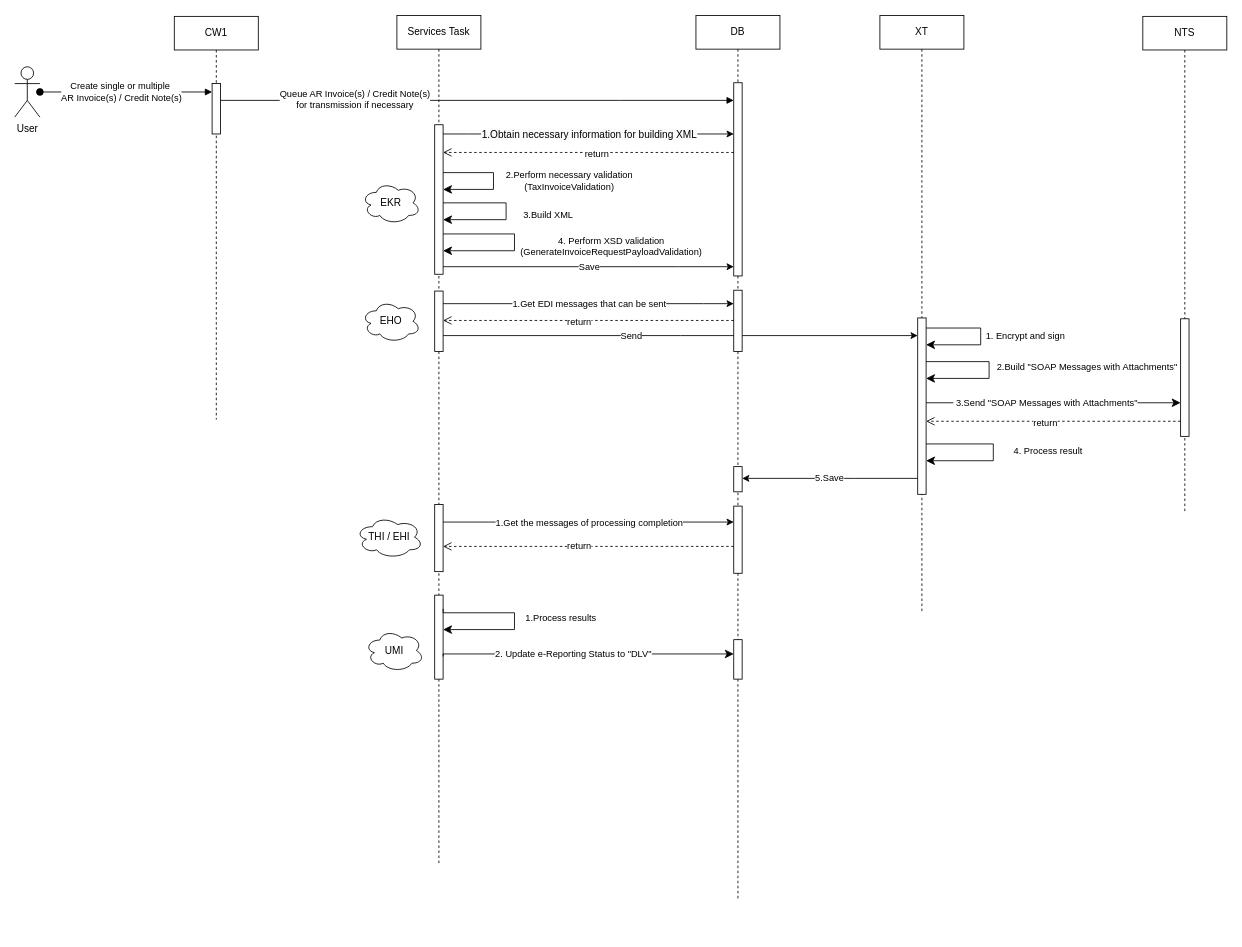
The draw.io diagram 未命名绘图.drawio in JingwenLi/MyTestProjects, before the edit. Source tidied: cells renumbered, new cells numbered last; positions are measured from the earlier drawing's top-left corner, leaving out a move shared by most shapes. Both pictures are drawn from the tidied source at 84%, with x=0, y=0 at pixel (14, 15).
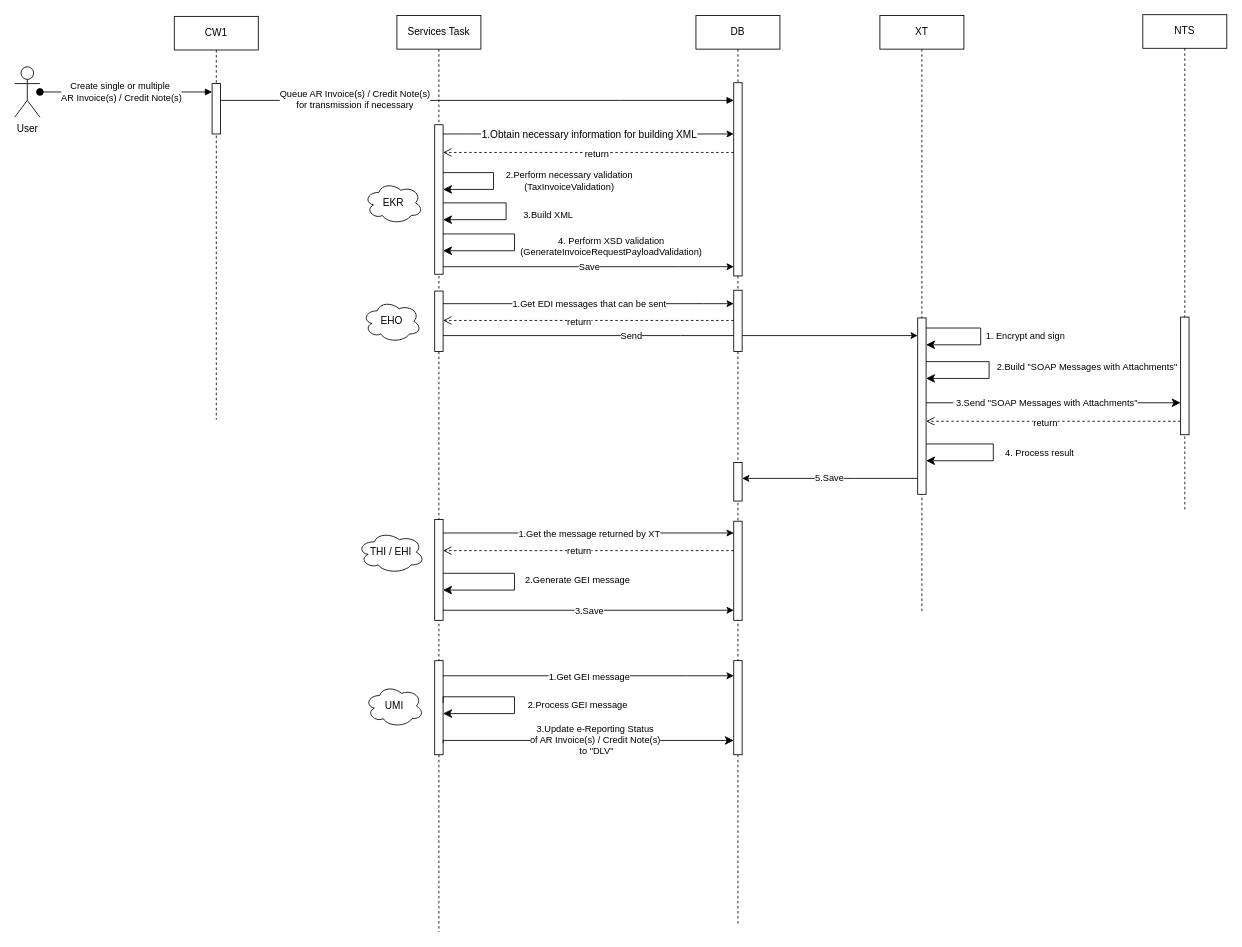
Above is the later version.

Commit message:
更新未命名绘图.drawio

Unchanged cells that the change refers to:
```xml
<mxCell id="24" value="XT" style="shape=umlLifeline;perimeter=lifelinePerimeter;whiteSpace=wrap;html=1;newEdgeStyle={&quot;edgeStyle&quot;:&quot;elbowEdgeStyle&quot;,&quot;elbow&quot;:&quot;vertical&quot;,&quot;curved&quot;:0,&quot;rounded&quot;:0};" parent="1" vertex="1">
  <mxGeometry x="1030" width="100" height="710" as="geometry" />
</mxCell>
<mxCell id="25" style="html=1;points=[];perimeter=orthogonalPerimeter;outlineConnect=0;targetShapes=umlLifeline;portConstraint=eastwest;newEdgeStyle={&quot;edgeStyle&quot;:&quot;elbowEdgeStyle&quot;,&quot;elbow&quot;:&quot;vertical&quot;,&quot;curved&quot;:0,&quot;rounded&quot;:0};" parent="24" vertex="1">
  <mxGeometry x="45" y="360" width="10" height="210" as="geometry" />
</mxCell>
```

The edit, as a diff of the source:
```diff
@@
     <mxCell id="4" value="Services Task" style="shape=umlLifeline;perimeter=lifelinePerimeter;whiteSpace=wrap;html=1;outlineConnect=0;portConstraint=eastwest;newEdgeStyle={&quot;edgeStyle&quot;:&quot;elbowEdgeStyle&quot;,&quot;elbow&quot;:&quot;vertical&quot;,&quot;curved&quot;:0,&quot;rounded&quot;:0};" parent="1" vertex="1">
-      <mxGeometry x="455" width="100" height="1011" as="geometry" />
+      <mxGeometry x="455" width="100" height="1091" as="geometry" />
     </mxCell>
@@
     <mxCell id="7" style="html=1;points=[];perimeter=orthogonalPerimeter;outlineConnect=0;targetShapes=umlLifeline;portConstraint=eastwest;newEdgeStyle={&quot;edgeStyle&quot;:&quot;elbowEdgeStyle&quot;,&quot;elbow&quot;:&quot;vertical&quot;,&quot;curved&quot;:0,&quot;rounded&quot;:0};" parent="4" vertex="1">
-      <mxGeometry x="45" y="582" width="10" height="80" as="geometry" />
+      <mxGeometry x="45" y="600" width="10" height="120" as="geometry" />
     </mxCell>
     <mxCell id="8" style="html=1;points=[];perimeter=orthogonalPerimeter;outlineConnect=0;targetShapes=umlLifeline;portConstraint=eastwest;newEdgeStyle={&quot;edgeStyle&quot;:&quot;elbowEdgeStyle&quot;,&quot;elbow&quot;:&quot;vertical&quot;,&quot;curved&quot;:0,&quot;rounded&quot;:0};" parent="4" vertex="1">
-      <mxGeometry x="45" y="690" width="10" height="100" as="geometry" />
+      <mxGeometry x="45" y="768" width="10" height="112" as="geometry" />
     </mxCell>
@@
-    <mxCell id="13" value="1.Process results" style="edgeStyle=segmentEdgeStyle;endArrow=classic;html=1;curved=0;rounded=0;endSize=8;startSize=8;exitX=1;exitY=0.163;exitDx=0;exitDy=0;exitPerimeter=0;" parent="4" edge="1" source="8" target="8">
-      <mxGeometry y="55" relative="1" as="geometry">
+    <mxCell id="13" value="2.Process GEI message" style="edgeStyle=segmentEdgeStyle;endArrow=classic;html=1;curved=0;rounded=0;endSize=8;startSize=8;exitX=1;exitY=0.163;exitDx=0;exitDy=0;exitPerimeter=0;" parent="4" edge="1">
+      <mxGeometry x="0.04" y="75" relative="1" as="geometry">
+        <mxPoint x="55" y="818.3" as="sourcePoint" />
+        <mxPoint x="55" y="831" as="targetPoint" />
         <Array as="points">
-          <mxPoint x="140" y="711" />
-          <mxPoint x="140" y="731" />
+          <mxPoint x="140" y="811" />
+          <mxPoint x="140" y="831" />
         </Array>
         <mxPoint y="-1" as="offset" />
       </mxGeometry>
     </mxCell>
+    <mxCell id="59" value="2.Generate GEI message" style="edgeStyle=segmentEdgeStyle;endArrow=classic;html=1;curved=0;rounded=0;endSize=8;startSize=8;" parent="4" edge="1" source="7" target="7">
+      <mxGeometry x="-0.03" y="75" relative="1" as="geometry">
+        <Array as="points">
+          <mxPoint x="140" y="664" />
+          <mxPoint x="140" y="684" />
+        </Array>
+        <mxPoint y="1" as="offset" />
+      </mxGeometry>
+    </mxCell>
@@
     <mxCell id="17" value="DB" style="shape=umlLifeline;perimeter=lifelinePerimeter;whiteSpace=wrap;html=1;outlineConnect=0;portConstraint=eastwest;newEdgeStyle={&quot;edgeStyle&quot;:&quot;elbowEdgeStyle&quot;,&quot;elbow&quot;:&quot;vertical&quot;,&quot;curved&quot;:0,&quot;rounded&quot;:0};" parent="1" vertex="1">
-      <mxGeometry x="811" width="100" height="1051" as="geometry" />
+      <mxGeometry x="811" width="100" height="1081" as="geometry" />
     </mxCell>
@@
     <mxCell id="20" style="html=1;perimeter=orthogonalPerimeter;targetShapes=umlLifeline;newEdgeStyle={&quot;edgeStyle&quot;:&quot;elbowEdgeStyle&quot;,&quot;elbow&quot;:&quot;vertical&quot;,&quot;curved&quot;:0,&quot;rounded&quot;:0};" parent="17" vertex="1">
-      <mxGeometry x="45" y="584" width="10" height="80" as="geometry" />
+      <mxGeometry x="45" y="602" width="10" height="118" as="geometry" />
     </mxCell>
     <mxCell id="21" style="html=1;perimeter=orthogonalPerimeter;targetShapes=umlLifeline;newEdgeStyle={&quot;edgeStyle&quot;:&quot;elbowEdgeStyle&quot;,&quot;elbow&quot;:&quot;vertical&quot;,&quot;curved&quot;:0,&quot;rounded&quot;:0};" parent="17" vertex="1">
-      <mxGeometry x="45" y="743" width="10" height="47" as="geometry" />
+      <mxGeometry x="45" y="768" width="10" height="112" as="geometry" />
     </mxCell>
     <mxCell id="22" value="NTS" style="shape=umlLifeline;perimeter=lifelinePerimeter;whiteSpace=wrap;html=1;newEdgeStyle={&quot;edgeStyle&quot;:&quot;elbowEdgeStyle&quot;,&quot;elbow&quot;:&quot;vertical&quot;,&quot;curved&quot;:0,&quot;rounded&quot;:0};" parent="1" vertex="1">
-      <mxGeometry x="1343" y="1" width="100" height="590" as="geometry" />
+      <mxGeometry x="1343" y="-1" width="100" height="590" as="geometry" />
     </mxCell>
@@
     <mxCell id="28" value="4. Process result" style="edgeStyle=segmentEdgeStyle;endArrow=classic;html=1;curved=0;rounded=0;endSize=8;startSize=8;" parent="24" edge="1" source="25" target="25">
-      <mxGeometry y="65" relative="1" as="geometry">
+      <mxGeometry x="0.01" y="55" relative="1" as="geometry">
         <Array as="points">
           <mxPoint x="135" y="510" />
           <mxPoint x="135" y="530" />
         </Array>
-        <mxPoint y="-1" as="offset" />
       </mxGeometry>
     </mxCell>
@@
     <mxCell id="33" value="EKR" style="ellipse;shape=cloud;whiteSpace=wrap;html=1;" parent="1" vertex="1">
-      <mxGeometry x="413" y="198" width="70" height="50" as="geometry" />
+      <mxGeometry x="416" y="198" width="70" height="50" as="geometry" />
     </mxCell>
     <mxCell id="34" value="EHO" style="ellipse;shape=cloud;whiteSpace=wrap;html=1;" parent="1" vertex="1">
-      <mxGeometry x="413" y="339" width="70" height="50" as="geometry" />
+      <mxGeometry x="414" y="339" width="70" height="50" as="geometry" />
     </mxCell>
     <mxCell id="35" value="THI / EHI" style="ellipse;shape=cloud;whiteSpace=wrap;html=1;" parent="1" vertex="1">
-      <mxGeometry x="406" y="596" width="80" height="50" as="geometry" />
+      <mxGeometry x="408" y="614" width="80" height="50" as="geometry" />
     </mxCell>
     <mxCell id="36" value="UMI" style="ellipse;shape=cloud;whiteSpace=wrap;html=1;" parent="1" vertex="1">
-      <mxGeometry x="417" y="731" width="70" height="50" as="geometry" />
+      <mxGeometry x="417" y="797" width="70" height="50" as="geometry" />
     </mxCell>
@@
     <mxCell id="47" style="edgeStyle=elbowEdgeStyle;rounded=0;orthogonalLoop=1;jettySize=auto;html=1;elbow=vertical;curved=0;" parent="1" edge="1">
       <mxGeometry x="0.12" y="10" relative="1" as="geometry">
-        <mxPoint x="510" y="603" as="sourcePoint" />
-        <mxPoint x="856" y="603" as="targetPoint" />
+        <mxPoint x="510" y="616" as="sourcePoint" />
+        <mxPoint x="856" y="616" as="targetPoint" />
         <Array as="points">
-          <mxPoint x="690" y="603" />
+          <mxPoint x="690" y="616" />
         </Array>
       </mxGeometry>
     </mxCell>
-    <mxCell id="48" value="1.Get the messages of processing completion" style="edgeLabel;html=1;align=center;verticalAlign=middle;" parent="47" vertex="1">
+    <mxCell id="48" value="1.Get the message returned by XT" style="edgeLabel;html=1;align=center;verticalAlign=middle;" parent="47" vertex="1">
       <mxGeometry x="-0.04" y="1" relative="1" as="geometry">
         <mxPoint x="7" y="1" as="offset" />
       </mxGeometry>
     </mxCell>
@@
     <mxCell id="54" style="html=1;points=[];perimeter=orthogonalPerimeter;outlineConnect=0;targetShapes=umlLifeline;portConstraint=eastwest;newEdgeStyle={&quot;edgeStyle&quot;:&quot;elbowEdgeStyle&quot;,&quot;elbow&quot;:&quot;vertical&quot;,&quot;curved&quot;:0,&quot;rounded&quot;:0};" parent="1" vertex="1">
-      <mxGeometry x="856" y="537" width="10" height="30" as="geometry" />
+      <mxGeometry x="856" y="532" width="10" height="46" as="geometry" />
     </mxCell>
     <mxCell id="55" style="html=1;verticalAlign=bottom;endArrow=open;dashed=1;endSize=8;edgeStyle=elbowEdgeStyle;elbow=vertical;curved=0;rounded=0;" parent="1" edge="1">
       <mxGeometry x="-0.11" y="-15" relative="1" as="geometry">
-        <mxPoint x="856" y="632" as="sourcePoint" />
-        <mxPoint x="510" y="632" as="targetPoint" />
+        <mxPoint x="856" y="637" as="sourcePoint" />
+        <mxPoint x="510" y="637" as="targetPoint" />
         <Array as="points">
-          <mxPoint x="800" y="632" />
-          <mxPoint x="860" y="622" />
+          <mxPoint x="800" y="637" />
+          <mxPoint x="860" y="627" />
         </Array>
       </mxGeometry>
     </mxCell>
@@
     <mxCell id="57" style="edgeStyle=segmentEdgeStyle;endArrow=classic;html=1;curved=0;rounded=0;endSize=8;startSize=8;exitX=1;exitY=0.163;exitDx=0;exitDy=0;exitPerimeter=0;" parent="1" edge="1">
       <mxGeometry x="-0.08" y="-3" relative="1" as="geometry">
-        <mxPoint x="510" y="763" as="sourcePoint" />
-        <mxPoint x="856" y="760" as="targetPoint" />
+        <mxPoint x="510" y="866" as="sourcePoint" />
+        <mxPoint x="856" y="863" as="targetPoint" />
         <Array as="points">
-          <mxPoint x="510" y="760" />
+          <mxPoint x="510" y="863" />
         </Array>
       </mxGeometry>
     </mxCell>
-    <mxCell id="58" value="2. Update e-Reporting Status to &quot;DLV&quot;" style="edgeLabel;html=1;align=center;verticalAlign=middle;" parent="57" vertex="1">
+    <mxCell id="58" value="3.Update e-Reporting Status &lt;br&gt;of AR Invoice(s) / Credit Note(s)&lt;br&gt;&amp;nbsp;to &quot;DLV&quot;" style="edgeLabel;html=1;align=center;verticalAlign=middle;" parent="57" vertex="1">
       <mxGeometry x="-0.1" y="-4" relative="1" as="geometry">
-        <mxPoint y="-5" as="offset" />
+        <mxPoint x="26" y="-5" as="offset" />
       </mxGeometry>
     </mxCell>
+    <mxCell id="60" style="edgeStyle=elbowEdgeStyle;rounded=0;orthogonalLoop=1;jettySize=auto;html=1;elbow=vertical;curved=0;" parent="1" edge="1">
+      <mxGeometry x="0.12" y="10" relative="1" as="geometry">
+        <mxPoint x="510" y="786" as="sourcePoint" />
+        <mxPoint x="856" y="786" as="targetPoint" />
+        <Array as="points">
+          <mxPoint x="800" y="786" />
+          <mxPoint x="700" y="676" />
+        </Array>
+      </mxGeometry>
+    </mxCell>
+    <mxCell id="61" value="1.Get GEI&amp;nbsp;message" style="edgeLabel;html=1;align=center;verticalAlign=middle;" parent="60" vertex="1">
+      <mxGeometry x="-0.04" y="1" relative="1" as="geometry">
+        <mxPoint x="7" y="1" as="offset" />
+      </mxGeometry>
+    </mxCell>
+    <mxCell id="62" style="edgeStyle=elbowEdgeStyle;rounded=0;orthogonalLoop=1;jettySize=auto;html=1;elbow=vertical;curved=0;" parent="1" edge="1">
+      <mxGeometry x="0.12" y="10" relative="1" as="geometry">
+        <mxPoint x="510" y="708" as="sourcePoint" />
+        <mxPoint x="856" y="708" as="targetPoint" />
+      </mxGeometry>
+    </mxCell>
+    <mxCell id="63" value="3.Save" style="edgeLabel;html=1;align=center;verticalAlign=middle;" parent="62" vertex="1">
+      <mxGeometry x="-0.04" y="1" relative="1" as="geometry">
+        <mxPoint x="7" y="1" as="offset" />
+      </mxGeometry>
+    </mxCell>
```
